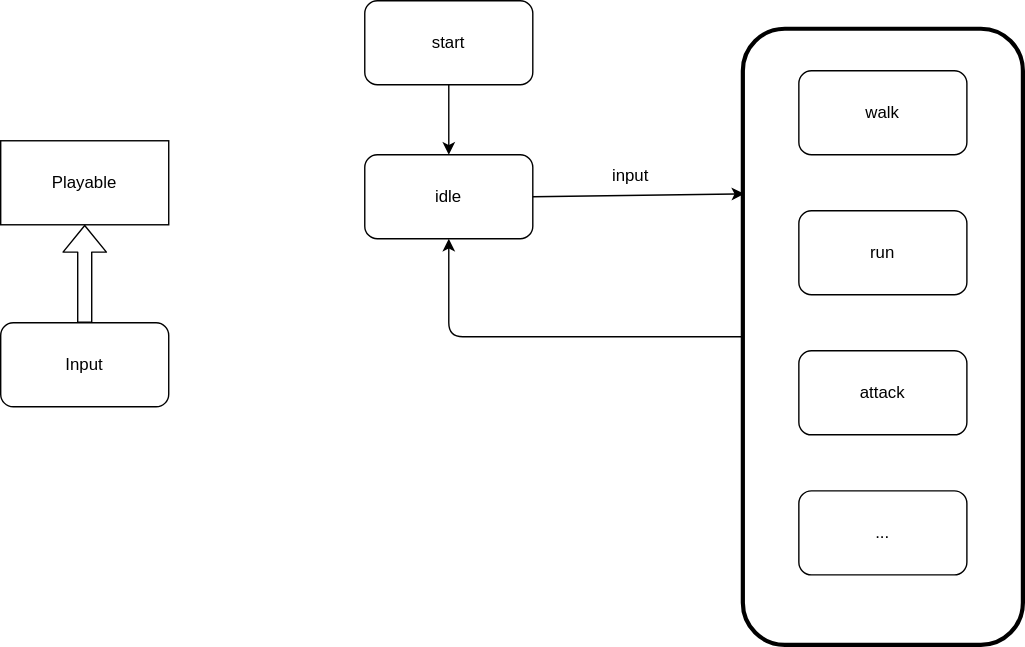
coding2233/coding2233.github.io keeps this draw.io diagram as assets/drawio/playable_animation.drawio.svg. Above is the earlier version. Source tidied: cells renumbered, new cells last; positions are measured from the earlier drawing's top-left corner, leaving out a move shared by most shapes.
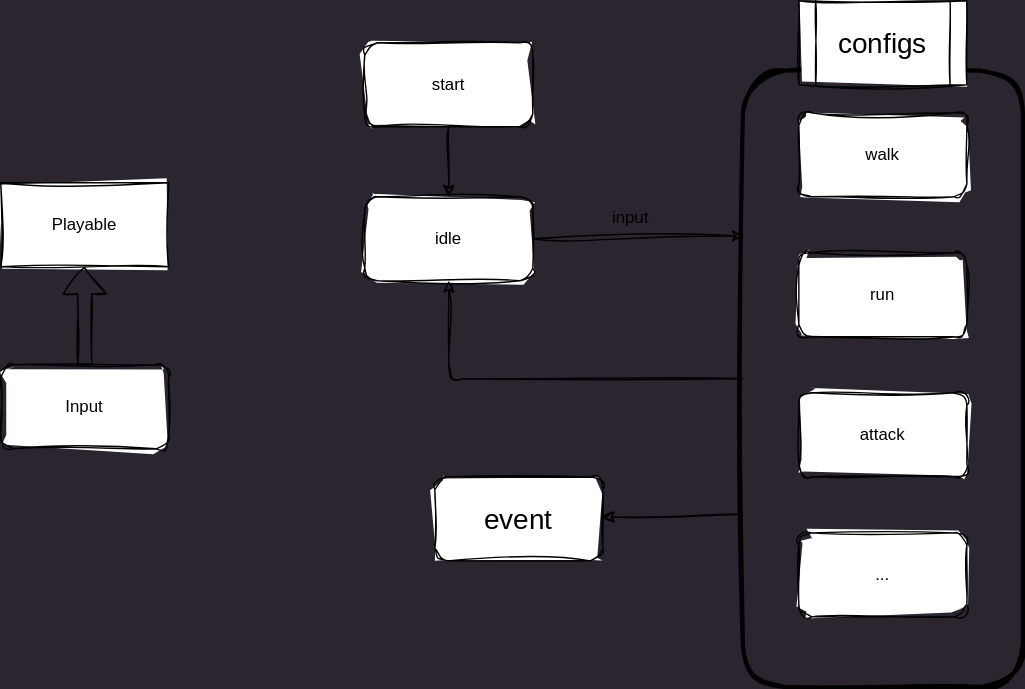
After the commit.

Commit message:
随便更新一点

The edit, as a diff of the source:
```diff
@@ -1,52 +1,61 @@
-<mxGraphModel>
+<mxGraphModel background="#2A252F">
   <root>
     <mxCell id="0" />
     <mxCell id="1" parent="0" />
-    <mxCell id="2" value="Input" style="rounded=1;whiteSpace=wrap;html=1;" parent="1" vertex="1">
+    <mxCell id="2" value="Input" style="rounded=1;whiteSpace=wrap;html=1;sketch=1;curveFitting=1;jiggle=2;" parent="1" vertex="1">
       <mxGeometry y="230" width="120" height="60" as="geometry" />
     </mxCell>
-    <mxCell id="3" value="Playable" style="rounded=0;whiteSpace=wrap;html=1;" parent="1" vertex="1">
+    <mxCell id="3" value="Playable" style="rounded=0;whiteSpace=wrap;html=1;sketch=1;curveFitting=1;jiggle=2;" parent="1" vertex="1">
       <mxGeometry y="100" width="120" height="60" as="geometry" />
     </mxCell>
-    <mxCell id="4" style="shape=flexArrow;endArrow=classic;html=1;exitX=0.5;exitY=0;exitDx=0;exitDy=0;" parent="1" edge="1" source="2" target="3">
+    <mxCell id="4" style="shape=flexArrow;endArrow=classic;html=1;exitX=0.5;exitY=0;exitDx=0;exitDy=0;sketch=1;curveFitting=1;jiggle=2;" parent="1" edge="1" source="2" target="3">
       <mxGeometry relative="1" as="geometry" />
     </mxCell>
-    <mxCell id="5" value="idle" style="rounded=1;whiteSpace=wrap;html=1;" parent="1" vertex="1">
+    <mxCell id="5" value="idle" style="rounded=1;whiteSpace=wrap;html=1;sketch=1;curveFitting=1;jiggle=2;" parent="1" vertex="1">
       <mxGeometry x="260" y="110" width="120" height="60" as="geometry" />
     </mxCell>
-    <mxCell id="6" value="start" style="rounded=1;whiteSpace=wrap;html=1;" parent="1" vertex="1">
+    <mxCell id="6" value="start" style="rounded=1;whiteSpace=wrap;html=1;sketch=1;curveFitting=1;jiggle=2;" parent="1" vertex="1">
       <mxGeometry x="260" width="120" height="60" as="geometry" />
     </mxCell>
-    <mxCell id="7" style="endArrow=classic;html=1;exitX=0.5;exitY=1;exitDx=0;exitDy=0;entryX=0.5;entryY=0;entryDx=0;entryDy=0;" parent="1" edge="1" source="6" target="5">
+    <mxCell id="7" style="endArrow=classic;html=1;exitX=0.5;exitY=1;exitDx=0;exitDy=0;entryX=0.5;entryY=0;entryDx=0;entryDy=0;sketch=1;curveFitting=1;jiggle=2;" parent="1" edge="1" source="6" target="5">
       <mxGeometry relative="1" as="geometry" />
     </mxCell>
-    <mxCell id="8" value="walk" style="rounded=1;whiteSpace=wrap;html=1;" parent="1" vertex="1">
+    <mxCell id="8" value="walk" style="rounded=1;whiteSpace=wrap;html=1;sketch=1;curveFitting=1;jiggle=2;" parent="1" vertex="1">
       <mxGeometry x="570" y="50" width="120" height="60" as="geometry" />
     </mxCell>
-    <mxCell id="9" value="run" style="rounded=1;whiteSpace=wrap;html=1;" parent="1" vertex="1">
+    <mxCell id="9" value="run" style="rounded=1;whiteSpace=wrap;html=1;sketch=1;curveFitting=1;jiggle=2;" parent="1" vertex="1">
       <mxGeometry x="570" y="150" width="120" height="60" as="geometry" />
     </mxCell>
-    <mxCell id="10" value="attack" style="rounded=1;whiteSpace=wrap;html=1;" parent="1" vertex="1">
+    <mxCell id="10" value="attack" style="rounded=1;whiteSpace=wrap;html=1;sketch=1;curveFitting=1;jiggle=2;" parent="1" vertex="1">
       <mxGeometry x="570" y="250" width="120" height="60" as="geometry" />
     </mxCell>
-    <mxCell id="11" value="..." style="rounded=1;whiteSpace=wrap;html=1;" parent="1" vertex="1">
+    <mxCell id="11" value="..." style="rounded=1;whiteSpace=wrap;html=1;sketch=1;curveFitting=1;jiggle=2;" parent="1" vertex="1">
       <mxGeometry x="570" y="350" width="120" height="60" as="geometry" />
     </mxCell>
-    <mxCell id="12" style="rounded=1;whiteSpace=wrap;html=1;fillColor=none;strokeWidth=3;" parent="1" vertex="1">
+    <mxCell id="12" style="rounded=1;whiteSpace=wrap;html=1;fillColor=none;strokeWidth=3;sketch=1;curveFitting=1;jiggle=2;" parent="1" vertex="1">
       <mxGeometry x="530" y="20" width="200" height="440" as="geometry" />
     </mxCell>
-    <mxCell id="13" style="endArrow=classic;html=1;exitX=1;exitY=0.5;exitDx=0;exitDy=0;entryX=0.005;entryY=0.268;entryDx=0;entryDy=0;entryPerimeter=0;" parent="1" edge="1" source="5" target="12">
+    <mxCell id="13" style="endArrow=classic;html=1;exitX=1;exitY=0.5;exitDx=0;exitDy=0;entryX=0.005;entryY=0.268;entryDx=0;entryDy=0;entryPerimeter=0;sketch=1;curveFitting=1;jiggle=2;" parent="1" edge="1" source="5" target="12">
       <mxGeometry relative="1" as="geometry" />
     </mxCell>
-    <mxCell id="14" value="input" style="text;html=1;strokeColor=none;fillColor=none;align=center;verticalAlign=middle;whiteSpace=wrap;rounded=0;strokeWidth=3;" parent="1" vertex="1">
+    <mxCell id="14" value="input" style="text;html=1;strokeColor=none;fillColor=none;align=center;verticalAlign=middle;whiteSpace=wrap;rounded=0;strokeWidth=3;sketch=1;curveFitting=1;jiggle=2;" parent="1" vertex="1">
       <mxGeometry x="420" y="110" width="60" height="30" as="geometry" />
     </mxCell>
-    <mxCell id="15" style="endArrow=classic;html=1;" parent="1" edge="1" source="12" target="5">
+    <mxCell id="15" style="endArrow=classic;html=1;sketch=1;curveFitting=1;jiggle=2;" parent="1" edge="1" source="12" target="5">
       <mxGeometry relative="1" as="geometry">
         <Array as="points">
           <mxPoint x="320" y="240" />
         </Array>
       </mxGeometry>
     </mxCell>
+    <mxCell id="16" value="event" style="rounded=1;whiteSpace=wrap;html=1;sketch=1;hachureGap=4;jiggle=2;curveFitting=1;fontFamily=Architects Daughter;fontSource=https%3A%2F%2Ffonts.googleapis.com%2Fcss%3Ffamily%3DArchitects%2BDaughter;fontSize=20;" parent="1" vertex="1">
+      <mxGeometry x="310" y="310" width="120" height="60" as="geometry" />
+    </mxCell>
+    <mxCell id="17" style="endArrow=classic;html=1;sketch=1;hachureGap=4;jiggle=2;curveFitting=1;fontFamily=Architects Daughter;fontSource=https%3A%2F%2Ffonts.googleapis.com%2Fcss%3Ffamily%3DArchitects%2BDaughter;fontSize=16;exitX=-0.01;exitY=0.72;exitDx=0;exitDy=0;exitPerimeter=0;" parent="1" edge="1" source="12" target="16">
+      <mxGeometry relative="1" as="geometry" />
+    </mxCell>
+    <mxCell id="18" value="configs" style="shape=process;whiteSpace=wrap;html=1;backgroundOutline=1;sketch=1;hachureGap=4;jiggle=2;curveFitting=1;fontFamily=Architects Daughter;fontSource=https%3A%2F%2Ffonts.googleapis.com%2Fcss%3Ffamily%3DArchitects%2BDaughter;fontSize=20;" parent="1" vertex="1">
+      <mxGeometry x="570" y="-30" width="120" height="60" as="geometry" />
+    </mxCell>
   </root>
 </mxGraphModel>
```
